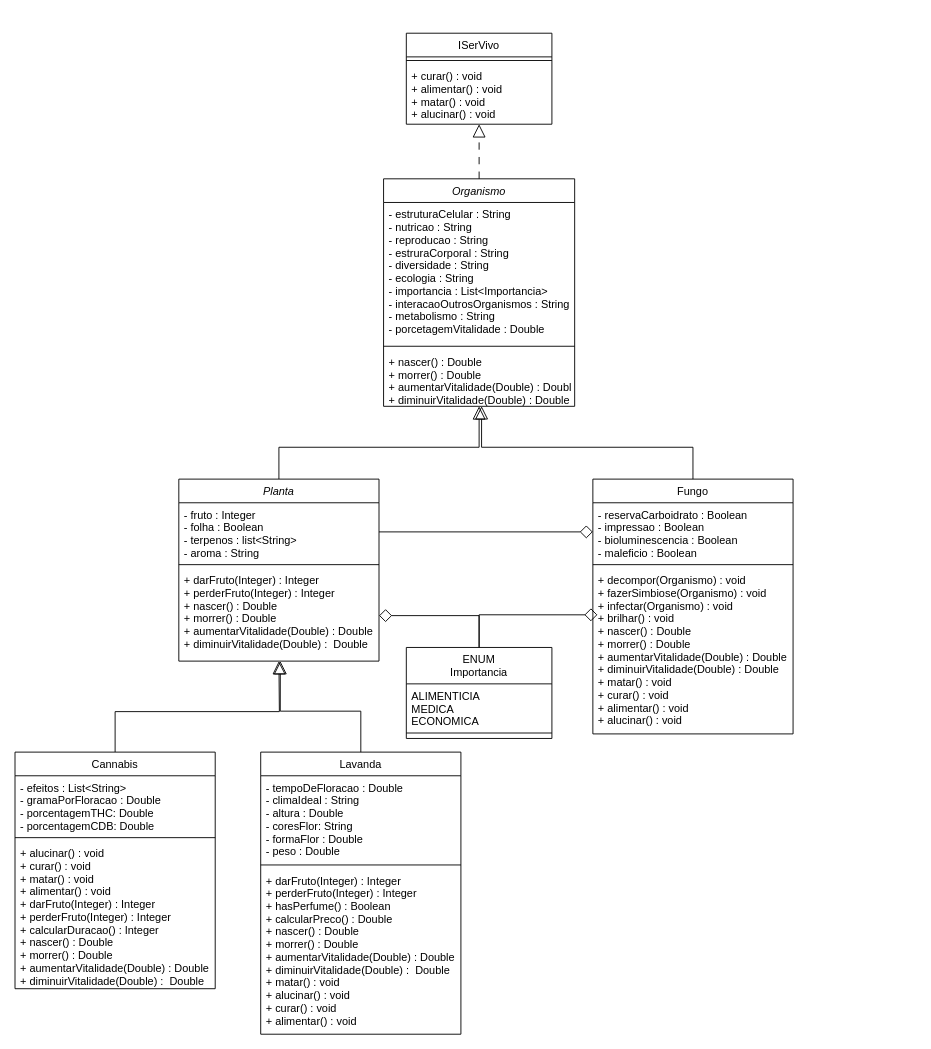
Sant-Thiago/Projeto-Marijuana keeps this draw.io diagram as Plantas.drawio. Above is the earlier version. Source tidied: cells renumbered, new cells numbered last; positions are measured from the earlier drawing's top-left corner, leaving out a move shared by most shapes. Both pictures are drawn from the tidied source at 91%, with x=0, y=0 at pixel (15, 33).
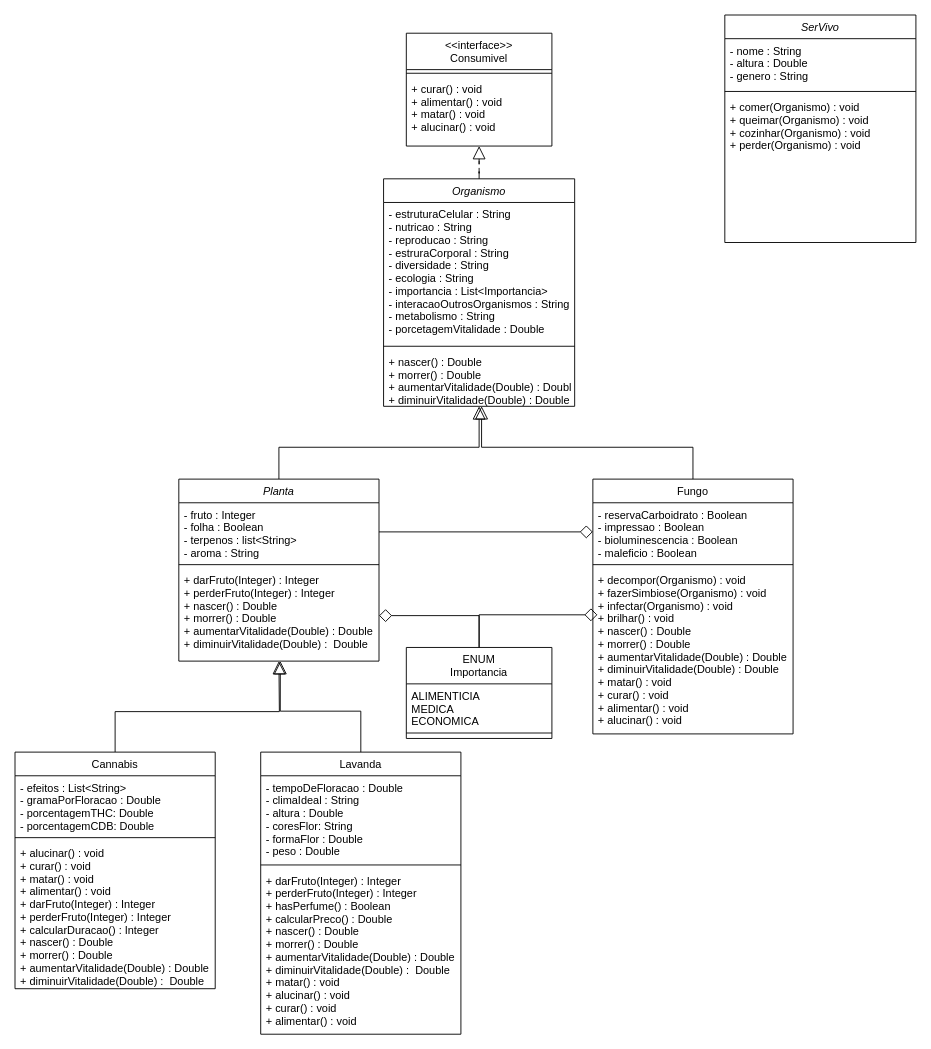
After the change.

Commit message:
fazendo a classe pessoa

What changed in the source:
```diff
@@
-    <mxCell id="7" value="ISerVivo" style="swimlane;fontStyle=0;align=center;verticalAlign=top;horizontal=1;startSize=26;rounded=0;shadow=0;strokeWidth=1;" parent="1" vertex="1">
-      <mxGeometry x="430" width="160" height="100" as="geometry" />
+    <mxCell id="7" value="&lt;&lt;interface&gt;&gt;&#10;Consumivel" style="swimlane;fontStyle=0;align=center;verticalAlign=top;horizontal=1;startSize=40;rounded=0;shadow=0;strokeWidth=1;" parent="1" vertex="1">
+      <mxGeometry x="430" width="160" height="124" as="geometry" />
     </mxCell>
     <mxCell id="8" style="line;html=1;strokeWidth=1;align=left;verticalAlign=middle;spacingTop=-1;spacingLeft=3;spacingRight=3;labelPosition=right;" parent="7" vertex="1">
-      <mxGeometry y="26" width="160" height="8" as="geometry" />
+      <mxGeometry y="40" width="160" height="8" as="geometry" />
     </mxCell>
     <mxCell id="9" value="+ curar() : void&#10;+ alimentar() : void&#10;+ matar() : void&#10;+ alucinar() : void" style="text;align=left;verticalAlign=top;spacingLeft=4;spacingRight=4;overflow=hidden;fontStyle=0;strokeColor=none;" parent="7" vertex="1">
-      <mxGeometry y="34" width="160" height="66" as="geometry" />
+      <mxGeometry y="48" width="160" height="66" as="geometry" />
     </mxCell>
@@
+    <mxCell id="36" value="SerVivo" style="swimlane;fontStyle=2;align=center;verticalAlign=top;horizontal=1;startSize=26;rounded=0;shadow=0;strokeWidth=1;" parent="1" vertex="1">
+      <mxGeometry x="780" y="-20" width="210" height="250" as="geometry" />
+    </mxCell>
+    <mxCell id="37" value="- nome : String&#10;- altura : Double&#10;- genero : String&#10;" style="text;align=left;verticalAlign=top;spacingLeft=4;spacingRight=4;overflow=hidden;" parent="36" vertex="1">
+      <mxGeometry y="26" width="210" height="54" as="geometry" />
+    </mxCell>
+    <mxCell id="38" style="line;html=1;strokeWidth=1;align=left;verticalAlign=middle;spacingTop=-1;spacingLeft=3;spacingRight=3;labelPosition=right;" parent="36" vertex="1">
+      <mxGeometry y="80" width="210" height="8" as="geometry" />
+    </mxCell>
+    <mxCell id="39" value="+ comer(Organismo) : void&#10;+ queimar(Organismo) : void&#10;+ cozinhar(Organismo) : void&#10;+ perder(Organismo) : void" style="text;align=left;verticalAlign=top;spacingLeft=4;spacingRight=4;overflow=hidden;" parent="36" vertex="1">
+      <mxGeometry y="88" width="210" height="62" as="geometry" />
+    </mxCell>
```
